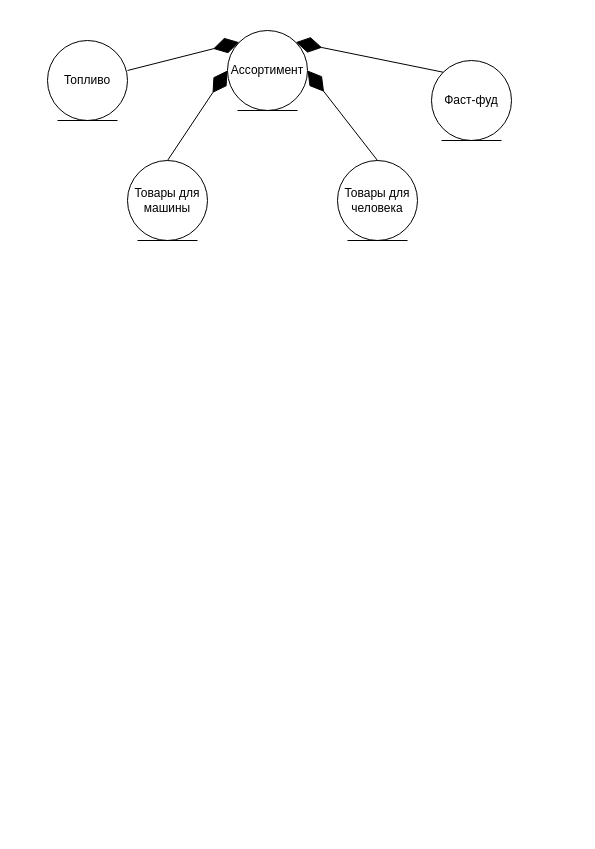
Before: page "Классы" (3 of 3) of IKBO-11-20_Kuzin.drawio in Rattokun/ModelRep, a draw.io diagram. Source tidied: cells renumbered, new cells numbered last; positions are measured from the earlier drawing's top-left corner, leaving out a move shared by most shapes. Both pictures are drawn from the tidied source at 100%, with x=0, y=0 at pixel (47, 30).
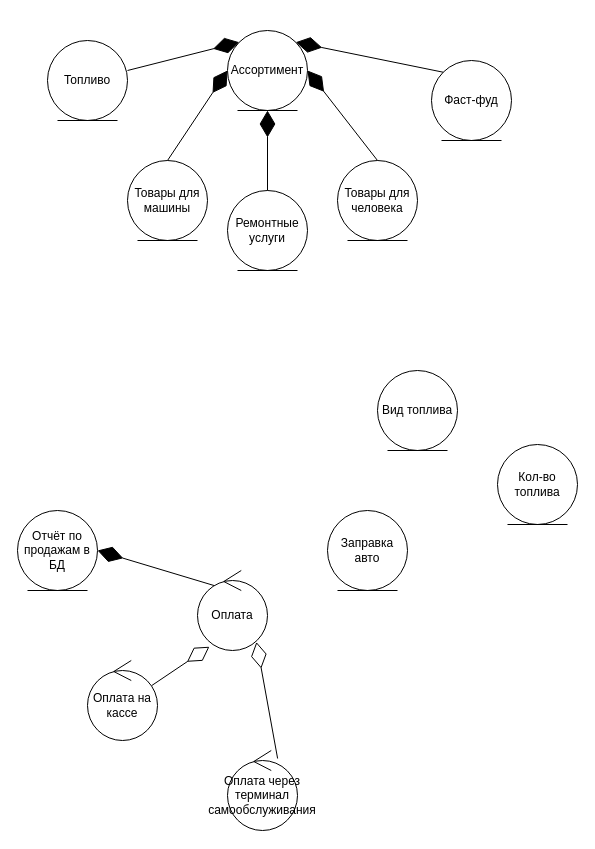
The same diagram, later.

The change refers to these unchanged cells:
```xml
<mxCell id="2" value="Ассортимент" style="ellipse;shape=umlEntity;whiteSpace=wrap;html=1;" parent="1" vertex="1">
  <mxGeometry x="180" width="80" height="80" as="geometry" />
</mxCell>
```

Diff of the diagram source:
```diff
@@
+    <mxCell id="11" value="Отчёт по продажам в БД" style="ellipse;shape=umlEntity;whiteSpace=wrap;html=1;" parent="1" vertex="1">
+      <mxGeometry x="-30" y="480" width="80" height="80" as="geometry" />
+    </mxCell>
+    <mxCell id="12" style="endArrow=diamondThin;endFill=1;endSize=24;html=1;rounded=0;exitX=0.237;exitY=0.188;exitDx=0;exitDy=0;entryX=1;entryY=0.5;entryDx=0;entryDy=0;exitPerimeter=0;" parent="1" edge="1" source="16" target="11">
+      <mxGeometry relative="1" as="geometry" />
+    </mxCell>
+    <mxCell id="13" value="Заправка авто" style="ellipse;shape=umlEntity;whiteSpace=wrap;html=1;" parent="1" vertex="1">
+      <mxGeometry x="280" y="480" width="80" height="80" as="geometry" />
+    </mxCell>
+    <mxCell id="14" value="Вид топлива" style="ellipse;shape=umlEntity;whiteSpace=wrap;html=1;" parent="1" vertex="1">
+      <mxGeometry x="330" y="340" width="80" height="80" as="geometry" />
+    </mxCell>
+    <mxCell id="15" value="Кол-во топлива" style="ellipse;shape=umlEntity;whiteSpace=wrap;html=1;" parent="1" vertex="1">
+      <mxGeometry x="450" y="414" width="80" height="80" as="geometry" />
+    </mxCell>
+    <mxCell id="16" value="Оплата" style="ellipse;shape=umlControl;whiteSpace=wrap;html=1;" parent="1" vertex="1">
+      <mxGeometry x="150" y="540" width="70" height="80" as="geometry" />
+    </mxCell>
+    <mxCell id="17" value="Оплата на кассе" style="ellipse;shape=umlControl;whiteSpace=wrap;html=1;" parent="1" vertex="1">
+      <mxGeometry x="40" y="630" width="70" height="80" as="geometry" />
+    </mxCell>
+    <mxCell id="18" value="Оплата через терминал самообслуживания" style="ellipse;shape=umlControl;whiteSpace=wrap;html=1;" parent="1" vertex="1">
+      <mxGeometry x="180" y="720" width="70" height="80" as="geometry" />
+    </mxCell>
+    <mxCell id="19" value="Ремонтные услуги" style="ellipse;shape=umlEntity;whiteSpace=wrap;html=1;" parent="1" vertex="1">
+      <mxGeometry x="180" y="160" width="80" height="80" as="geometry" />
+    </mxCell>
+    <mxCell id="20" style="endArrow=diamondThin;endFill=1;endSize=24;html=1;rounded=0;exitX=0.5;exitY=0;exitDx=0;exitDy=0;entryX=0.5;entryY=1;entryDx=0;entryDy=0;" parent="1" edge="1" source="19" target="2">
+      <mxGeometry relative="1" as="geometry" />
+    </mxCell>
+    <mxCell id="21" style="endArrow=diamondThin;endFill=0;endSize=24;html=1;rounded=0;exitX=0.918;exitY=0.313;exitDx=0;exitDy=0;exitPerimeter=0;entryX=0.17;entryY=0.953;entryDx=0;entryDy=0;entryPerimeter=0;" parent="1" edge="1" source="17" target="16">
+      <mxGeometry relative="1" as="geometry" />
+    </mxCell>
+    <mxCell id="22" style="endArrow=diamondThin;endFill=0;endSize=24;html=1;rounded=0;exitX=0.716;exitY=0.1;exitDx=0;exitDy=0;exitPerimeter=0;entryX=0.842;entryY=0.894;entryDx=0;entryDy=0;entryPerimeter=0;" parent="1" edge="1" source="18" target="16">
+      <mxGeometry relative="1" as="geometry" />
+    </mxCell>
```
